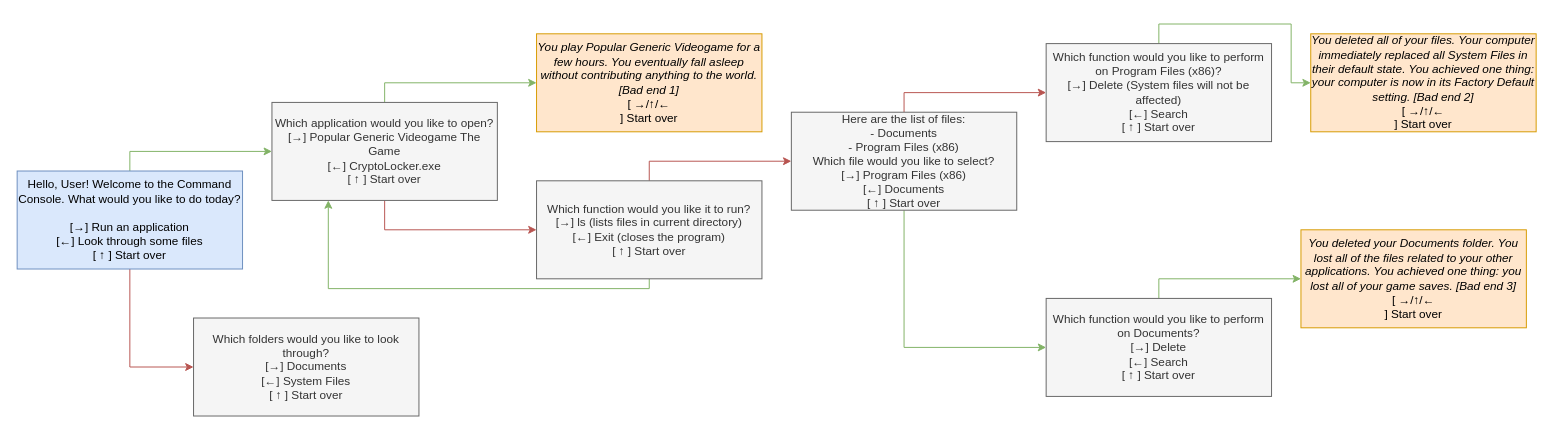
Earlier version of the draw.io diagram Story Diagram.drawio (BlizzardBunny/command-console-the-game). Source tidied: cells renumbered, new cells numbered last; positions are measured from the earlier drawing's top-left corner, leaving out a move shared by most shapes. Both pictures are drawn from the tidied source at 98%, with x=0, y=0 at pixel (17, 33).
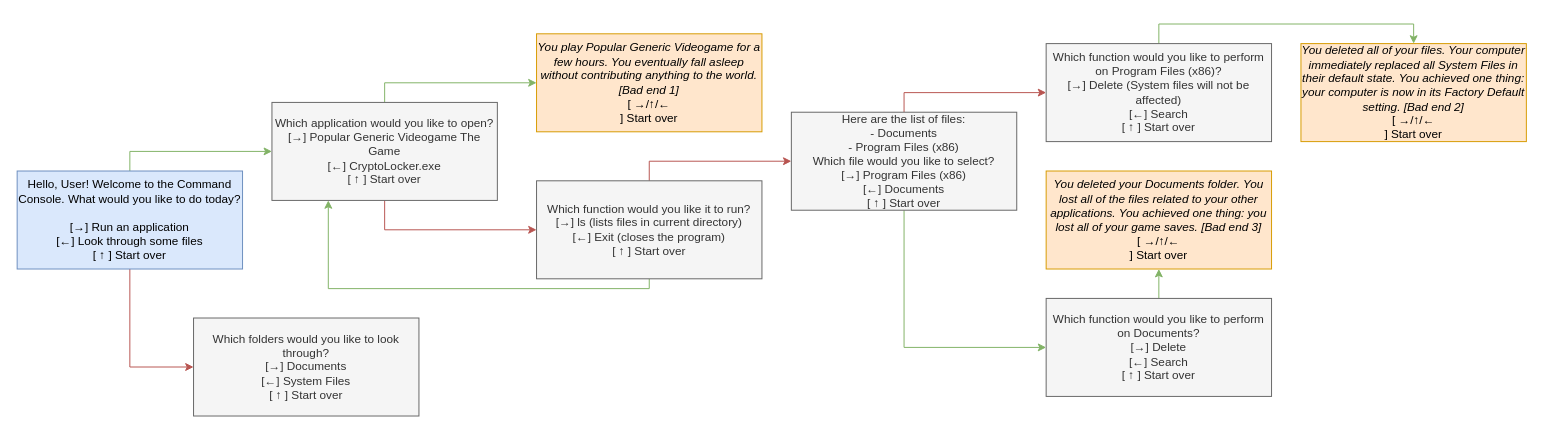
The same diagram, later.

Unchanged cells that the change refers to:
```xml
<mxCell id="17" value="&lt;div&gt;Which function would you like to perform on Program Files (x86)?&lt;/div&gt;&lt;div&gt;&lt;span&gt; &lt;/span&gt;[→] Delete (System files will not be affected)&lt;/div&gt;&lt;div&gt;&lt;span&gt; &lt;/span&gt;[←] Search&lt;/div&gt;&lt;div&gt;&lt;span&gt; &lt;/span&gt;[ ↑ ] Start over&lt;/div&gt;" style="text;html=1;strokeColor=#666666;fillColor=#f5f5f5;align=center;verticalAlign=middle;whiteSpace=wrap;rounded=0;fontColor=#333333;" parent="1" vertex="1">
  <mxGeometry x="1050" y="10" width="230" height="100" as="geometry" />
</mxCell>
<mxCell id="19" value="&lt;div&gt;Which function would you like to perform on Documents?&lt;/div&gt;&lt;div&gt;&lt;span&gt; &lt;/span&gt;[→] Delete&lt;/div&gt;&lt;div&gt;&lt;span&gt; &lt;/span&gt;[←] Search&lt;/div&gt;&lt;div&gt;&lt;span&gt; &lt;/span&gt;[ ↑ ] Start over&lt;/div&gt;" style="text;html=1;strokeColor=#666666;fillColor=#f5f5f5;align=center;verticalAlign=middle;whiteSpace=wrap;rounded=0;fontColor=#333333;" parent="1" vertex="1">
  <mxGeometry x="1050" y="270" width="230" height="100" as="geometry" />
</mxCell>
```

Diff of the diagram source:
```diff
@@
-    <mxCell id="16" style="edgeStyle=orthogonalEdgeStyle;rounded=0;jettySize=auto;html=1;exitX=0.5;exitY=0;exitDx=0;exitDy=0;fillColor=#d5e8d4;strokeColor=#82b366;" parent="1" edge="1" source="17" target="20">
+    <mxCell id="16" style="edgeStyle=orthogonalEdgeStyle;rounded=0;jettySize=auto;html=1;exitX=0.5;exitY=0;exitDx=0;exitDy=0;entryX=0.5;entryY=0;entryDx=0;entryDy=0;fillColor=#d5e8d4;strokeColor=#82b366;" parent="1" edge="1" source="17" target="20">
       <mxGeometry relative="1" as="geometry" />
     </mxCell>
@@
-    <mxCell id="18" style="edgeStyle=orthogonalEdgeStyle;rounded=0;jettySize=auto;html=1;exitX=0.5;exitY=0;exitDx=0;exitDy=0;entryX=0;entryY=0.5;entryDx=0;entryDy=0;fillColor=#d5e8d4;strokeColor=#82b366;" parent="1" edge="1" source="19" target="21">
+    <mxCell id="18" style="edgeStyle=orthogonalEdgeStyle;rounded=0;jettySize=auto;html=1;exitX=0.5;exitY=0;exitDx=0;exitDy=0;entryX=0.5;entryY=1;entryDx=0;entryDy=0;fillColor=#d5e8d4;strokeColor=#82b366;" parent="1" edge="1" source="19" target="21">
       <mxGeometry relative="1" as="geometry" />
     </mxCell>
@@
     <mxCell id="20" value="&lt;i&gt;You deleted all of your files. Your computer immediately replaced all System Files in their default state. You achieved one thing: your computer is now in its Factory Default setting. [Bad end 2]&lt;br&gt;&lt;/i&gt;[ →/↑/←&lt;br&gt;] Start over&lt;i&gt;&lt;br&gt;&lt;/i&gt;" style="text;html=1;strokeColor=#d79b00;fillColor=#ffe6cc;align=center;verticalAlign=middle;whiteSpace=wrap;rounded=0;" parent="1" vertex="1">
-      <mxGeometry x="1320" width="230" height="100" as="geometry" />
+      <mxGeometry x="1310" y="10" width="230" height="100" as="geometry" />
     </mxCell>
     <mxCell id="21" value="&lt;i&gt;You deleted your Documents folder. You lost all of the files related to your other applications. You achieved one thing: you lost all of your game saves. [Bad end 3]&lt;br&gt;&lt;/i&gt;[ →/↑/←&lt;br&gt;] Start over&lt;i&gt;&lt;br&gt;&lt;/i&gt;" style="text;html=1;strokeColor=#d79b00;fillColor=#ffe6cc;align=center;verticalAlign=middle;whiteSpace=wrap;rounded=0;" parent="1" vertex="1">
-      <mxGeometry x="1310" y="200" width="230" height="100" as="geometry" />
+      <mxGeometry x="1050" y="140" width="230" height="100" as="geometry" />
     </mxCell>
```
